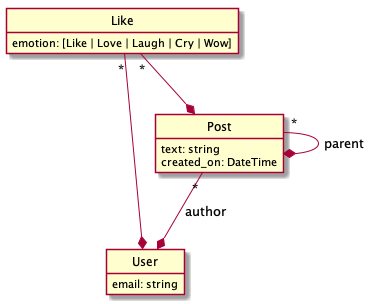
The PlantUML diagram out/model/Models.png in Adeynack/graphql_examples, before a commit.
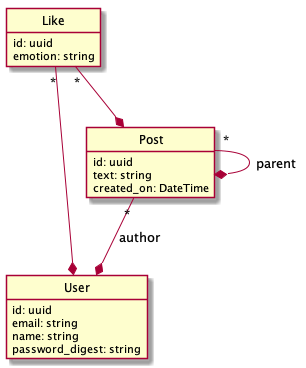
After the commit.

The edit, as a diff of the source:
```diff
@@ -4,10 +4,14 @@
 hide circle
 
 class User {
+    id: uuid
     email: string
+    name: string
+    password_digest: string
 }
 
 class Post {
+    id: uuid
     text: string
     created_on: DateTime
 }
@@ -16,7 +20,8 @@
 Post "*" --* Post: parent
 
 class Like {
-    emotion: [Like | Love | Laugh | Cry | Wow]
+    id: uuid
+    emotion: string
 }
 
 Like "*" --* User
```
